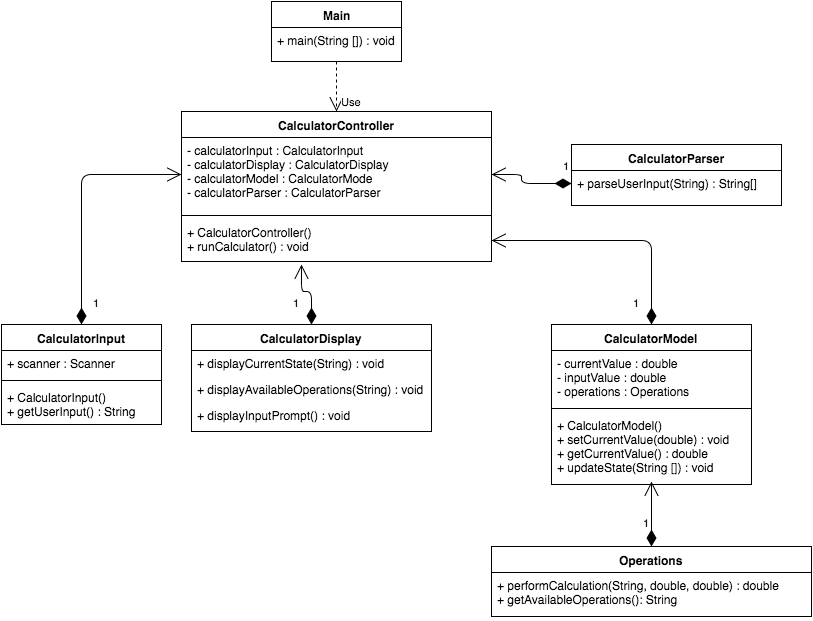
ZipCodeCore/ScientificCalculator keeps this draw.io diagram as CalculatorLab.png. Above is the earlier version. Source tidied: cells renumbered, new cells last; positions are measured from the earlier drawing's top-left corner, leaving out a move shared by most shapes.
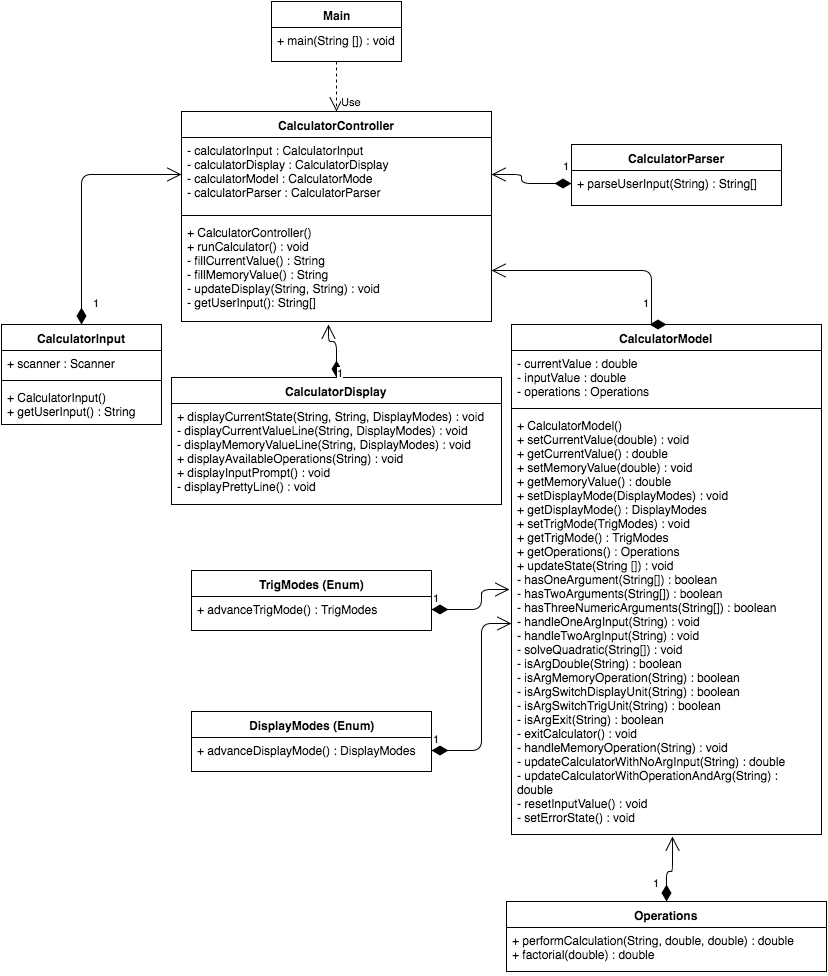
Later version of the same file.

The edit, as a diff of the source:
```diff
@@ -1,4 +1,4 @@
-<mxGraphModel background="#ffffff">
+<mxGraphModel>
   <root>
     <mxCell id="0" />
     <mxCell id="1" parent="0" />
@@ -9,7 +9,7 @@
       <mxGeometry y="26" width="130" height="26" as="geometry" />
     </mxCell>
     <mxCell id="4" value="CalculatorController" style="swimlane;html=1;fontStyle=1;align=center;verticalAlign=top;horizontal=1;startSize=26;swimlaneFillColor=#ffffff;" parent="1" vertex="1">
-      <mxGeometry x="180" y="110" width="310" height="150" as="geometry" />
+      <mxGeometry x="180" y="110" width="310" height="210" as="geometry" />
     </mxCell>
     <mxCell id="5" value="- calculatorInput : CalculatorInput&lt;div&gt;- calculatorDisplay : CalculatorDisplay&lt;/div&gt;&lt;div&gt;- calculatorModel : CalculatorMode&lt;/div&gt;&lt;div&gt;- calculatorParser : CalculatorParser&lt;/div&gt;" style="text;html=1;strokeColor=none;fillColor=none;align=left;verticalAlign=top;spacingLeft=4;spacingRight=4;whiteSpace=wrap;overflow=hidden;points=[[0,0.5],[1,0.5]];portConstraint=eastwest;" parent="4" vertex="1">
       <mxGeometry y="26" width="310" height="74" as="geometry" />
@@ -17,8 +17,8 @@
     <mxCell id="6" style="line;html=1;strokeWidth=1;fillColor=none;align=left;verticalAlign=middle;spacingTop=-1;spacingLeft=3;spacingRight=3;labelPosition=right;" parent="4" vertex="1">
       <mxGeometry y="100" width="310" height="8" as="geometry" />
     </mxCell>
-    <mxCell id="7" value="&lt;div&gt;+ CalculatorController()&lt;/div&gt;+ runCalculator() : void" style="text;html=1;strokeColor=none;fillColor=none;align=left;verticalAlign=top;spacingLeft=4;spacingRight=4;whiteSpace=wrap;overflow=hidden;points=[[0,0.5],[1,0.5]];portConstraint=eastwest;" parent="4" vertex="1">
-      <mxGeometry y="108" width="310" height="42" as="geometry" />
+    <mxCell id="7" value="&lt;div&gt;+ CalculatorController()&lt;/div&gt;+ runCalculator() : void&lt;div&gt;- fillCurrentValue() : String&lt;/div&gt;&lt;div&gt;- fillMemoryValue() : String&lt;/div&gt;&lt;div&gt;- updateDisplay(String, String) : void&lt;/div&gt;&lt;div&gt;- getUserInput(): String[]&lt;/div&gt;" style="text;html=1;strokeColor=none;fillColor=none;align=left;verticalAlign=top;spacingLeft=4;spacingRight=4;whiteSpace=wrap;overflow=hidden;points=[[0,0.5],[1,0.5]];portConstraint=eastwest;" parent="4" vertex="1">
+      <mxGeometry y="108" width="310" height="102" as="geometry" />
     </mxCell>
     <mxCell id="8" value="Use" style="endArrow=open;endSize=12;dashed=1;html=1;exitX=0.5;exitY=1;entryX=0.5;entryY=0;" parent="1" edge="1" source="2" target="4">
       <mxGeometry x="0.6" y="15" relative="1" as="geometry" />
@@ -36,28 +36,22 @@
       <mxGeometry y="60" width="160" height="40" as="geometry" />
     </mxCell>
     <mxCell id="13" value="&lt;b&gt;CalculatorDisplay&lt;/b&gt;" style="swimlane;html=1;fontStyle=0;horizontal=1;startSize=26;fillColor=none;swimlaneFillColor=#ffffff;" parent="1" vertex="1">
-      <mxGeometry x="190" y="323" width="240" height="107" as="geometry" />
+      <mxGeometry x="170" y="376" width="330" height="127" as="geometry" />
     </mxCell>
-    <mxCell id="14" value="+ displayCurrentState(String) : void" style="text;html=1;strokeColor=none;fillColor=none;align=left;verticalAlign=top;spacingLeft=4;spacingRight=4;whiteSpace=wrap;overflow=hidden;" parent="13" vertex="1">
-      <mxGeometry y="26" width="240" height="26" as="geometry" />
+    <mxCell id="14" value="+ displayCurrentState(String, String, DisplayModes) : void&lt;div&gt;&lt;span&gt;- displayCurrentValueLine(String, DisplayModes) : void&lt;/span&gt;&lt;/div&gt;&lt;div&gt;- displayMemoryValueLine(String, DisplayModes) : void&lt;br&gt;+ displayAvailableOperations(String) : void&lt;/div&gt;&lt;div&gt;+ displayInputPrompt() : void&lt;br&gt;&lt;/div&gt;&lt;div&gt;- displayPrettyLine() : void&lt;/div&gt;" style="text;html=1;strokeColor=none;fillColor=none;align=left;verticalAlign=top;spacingLeft=4;spacingRight=4;whiteSpace=wrap;overflow=hidden;" parent="13" vertex="1">
+      <mxGeometry y="26" width="330" height="94" as="geometry" />
     </mxCell>
-    <mxCell id="15" value="+ displayAvailableOperations(String) : void" style="text;html=1;strokeColor=none;fillColor=none;align=left;verticalAlign=top;spacingLeft=4;spacingRight=4;whiteSpace=wrap;overflow=hidden;" parent="13" vertex="1">
-      <mxGeometry y="52" width="240" height="26" as="geometry" />
-    </mxCell>
-    <mxCell id="16" value="+ displayInputPrompt() : void" style="text;html=1;strokeColor=none;fillColor=none;align=left;verticalAlign=top;spacingLeft=4;spacingRight=4;whiteSpace=wrap;overflow=hidden;" parent="13" vertex="1">
-      <mxGeometry y="78" width="240" height="26" as="geometry" />
-    </mxCell>
     <mxCell id="17" value="CalculatorModel" style="swimlane;html=1;fontStyle=1;align=center;verticalAlign=top;horizontal=1;startSize=26;swimlaneFillColor=#ffffff;" parent="1" vertex="1">
-      <mxGeometry x="550" y="323" width="200" height="160" as="geometry" />
+      <mxGeometry x="510" y="323" width="310" height="510" as="geometry" />
     </mxCell>
     <mxCell id="18" value="- currentValue : double&lt;div&gt;- inputValue : double&lt;/div&gt;&lt;div&gt;- operations : Operations&lt;/div&gt;" style="text;html=1;strokeColor=none;fillColor=none;align=left;verticalAlign=top;spacingLeft=4;spacingRight=4;whiteSpace=wrap;overflow=hidden;" parent="17" vertex="1">
-      <mxGeometry y="26" width="200" height="54" as="geometry" />
+      <mxGeometry y="26" width="310" height="54" as="geometry" />
     </mxCell>
     <mxCell id="19" style="line;html=1;strokeWidth=1;fillColor=none;align=left;verticalAlign=middle;spacingTop=-1;spacingLeft=3;spacingRight=3;labelPosition=right;" parent="17" vertex="1">
-      <mxGeometry y="80" width="200" height="8" as="geometry" />
+      <mxGeometry y="80" width="310" height="8" as="geometry" />
     </mxCell>
-    <mxCell id="20" value="+ CalculatorModel()&lt;div&gt;+ setCurrentValue(double) : void&lt;/div&gt;&lt;div&gt;+ getCurrentValue() : double&lt;/div&gt;&lt;div&gt;+ updateState(String []) : void&lt;/div&gt;" style="text;html=1;strokeColor=none;fillColor=none;align=left;verticalAlign=top;spacingLeft=4;spacingRight=4;whiteSpace=wrap;overflow=hidden;points=[[0,0.5],[1,0.5]];portConstraint=eastwest;" parent="17" vertex="1">
-      <mxGeometry y="88" width="200" height="72" as="geometry" />
+    <mxCell id="20" value="+ CalculatorModel()&lt;div&gt;+ setCurrentValue(double) : void&lt;/div&gt;&lt;div&gt;+ getCurrentValue() : double&lt;/div&gt;&lt;div&gt;+ setMemoryValue(double) : void&lt;/div&gt;&lt;div&gt;+ getMemoryValue() : double&lt;/div&gt;&lt;div&gt;+ setDisplayMode(DisplayModes) : void&lt;/div&gt;&lt;div&gt;+ getDisplayMode() : DisplayModes&lt;/div&gt;&lt;div&gt;+ setTrigMode(TrigModes) : void&lt;/div&gt;&lt;div&gt;+ getTrigMode() : TrigModes&lt;/div&gt;&lt;div&gt;+ getOperations() : Operations&lt;/div&gt;&lt;div&gt;+ updateState(String []) : void&lt;/div&gt;&lt;div&gt;- hasOneArgument(String[]) : boolean&lt;/div&gt;&lt;div&gt;- hasTwoArguments(String[]) : boolean&lt;/div&gt;&lt;div&gt;- hasThreeNumericArguments(String[]) : boolean&lt;/div&gt;&lt;div&gt;- handleOneArgInput(String) : void&lt;/div&gt;&lt;div&gt;- handleTwoArgInput(String) : void&lt;/div&gt;&lt;div&gt;- solveQuadratic(String[]) : void&lt;/div&gt;&lt;div&gt;- isArgDouble(String) : boolean&lt;/div&gt;&lt;div&gt;- isArgMemoryOperation(String) : boolean&lt;/div&gt;&lt;div&gt;- isArgSwitchDisplayUnit(String) : boolean&lt;/div&gt;&lt;div&gt;- isArgSwitchTrigUnit(String) : boolean&lt;/div&gt;&lt;div&gt;- isArgExit(String) : boolean&lt;/div&gt;&lt;div&gt;- exitCalculator() : void&lt;/div&gt;&lt;div&gt;- handleMemoryOperation(String) : void&lt;/div&gt;&lt;div&gt;- updateCalculatorWithNoArgInput(String) : double&lt;/div&gt;&lt;div&gt;- updateCalculatorWithOperationAndArg(String) : double&lt;/div&gt;&lt;div&gt;- resetInputValue() : void&lt;/div&gt;&lt;div&gt;- setErrorState() : void&lt;/div&gt;&lt;div&gt;&lt;br&gt;&lt;/div&gt;" style="text;html=1;strokeColor=none;fillColor=none;align=left;verticalAlign=top;spacingLeft=4;spacingRight=4;whiteSpace=wrap;overflow=hidden;points=[[0,0.5],[1,0.5]];portConstraint=eastwest;" parent="17" vertex="1">
+      <mxGeometry y="88" width="310" height="422" as="geometry" />
     </mxCell>
     <mxCell id="21" value="&lt;b&gt;CalculatorParser&lt;/b&gt;" style="swimlane;html=1;fontStyle=0;horizontal=1;startSize=26;fillColor=none;swimlaneFillColor=#ffffff;" parent="1" vertex="1">
       <mxGeometry x="570" y="143" width="210" height="61" as="geometry" />
@@ -66,9 +60,9 @@
       <mxGeometry y="26" width="210" height="26" as="geometry" />
     </mxCell>
     <mxCell id="23" value="&lt;b&gt;Operations&lt;/b&gt;" style="swimlane;html=1;fontStyle=0;horizontal=1;startSize=26;fillColor=none;swimlaneFillColor=#ffffff;" parent="1" vertex="1">
-      <mxGeometry x="490" y="545" width="320" height="70" as="geometry" />
+      <mxGeometry x="505" y="900" width="320" height="70" as="geometry" />
     </mxCell>
-    <mxCell id="24" value="+ performCalculation(String, double, double) : double&lt;div&gt;+ getAvailableOperations(): String&lt;/div&gt;" style="text;html=1;strokeColor=none;fillColor=none;align=left;verticalAlign=top;spacingLeft=4;spacingRight=4;whiteSpace=wrap;overflow=hidden;" parent="23" vertex="1">
+    <mxCell id="24" value="+ performCalculation(String, double, double) : double&lt;div&gt;+ factorial(double) : double&lt;/div&gt;" style="text;html=1;strokeColor=none;fillColor=none;align=left;verticalAlign=top;spacingLeft=4;spacingRight=4;whiteSpace=wrap;overflow=hidden;" parent="23" vertex="1">
       <mxGeometry y="26" width="320" height="44" as="geometry" />
     </mxCell>
     <mxCell id="25" value="1" style="endArrow=open;html=1;endSize=12;startArrow=diamondThin;startSize=14;startFill=1;edgeStyle=orthogonalEdgeStyle;align=left;verticalAlign=bottom;exitX=0.5;exitY=0;entryX=0;entryY=0.5;" parent="1" edge="1" source="9" target="5">
@@ -78,15 +72,12 @@
         </Array>
       </mxGeometry>
     </mxCell>
-    <mxCell id="26" value="1" style="endArrow=open;html=1;endSize=12;startArrow=diamondThin;startSize=14;startFill=1;edgeStyle=orthogonalEdgeStyle;align=left;verticalAlign=bottom;exitX=0.5;exitY=0;" parent="1" edge="1" source="13">
-      <mxGeometry x="0.23" y="22" relative="1" as="geometry">
-        <mxPoint x="300" y="263" as="targetPoint" />
+    <mxCell id="26" value="1" style="endArrow=open;html=1;endSize=12;startArrow=diamondThin;startSize=14;startFill=1;edgeStyle=orthogonalEdgeStyle;align=left;verticalAlign=bottom;exitX=0.5;exitY=0;entryX=0.475;entryY=1.025;entryPerimeter=0;" parent="1" edge="1" source="13" target="7">
+      <mxGeometry x="0.21" y="40" relative="1" as="geometry">
         <Array as="points">
-          <mxPoint x="310" y="290" />
-          <mxPoint x="300" y="290" />
-          <mxPoint x="300" y="263" />
+          <mxPoint x="335" y="340" />
+          <mxPoint x="327" y="340" />
         </Array>
-        <mxPoint x="12" y="20" as="offset" />
       </mxGeometry>
     </mxCell>
     <mxCell id="27" value="1" style="endArrow=open;html=1;endSize=12;startArrow=diamondThin;startSize=14;startFill=1;edgeStyle=orthogonalEdgeStyle;align=left;verticalAlign=bottom;exitX=0;exitY=0.5;entryX=1;entryY=0.5;" parent="1" edge="1" source="22" target="5">
@@ -99,20 +90,48 @@
       </mxGeometry>
     </mxCell>
     <mxCell id="28" value="1" style="endArrow=open;html=1;endSize=12;startArrow=diamondThin;startSize=14;startFill=1;edgeStyle=orthogonalEdgeStyle;align=left;verticalAlign=bottom;exitX=0.5;exitY=0;entryX=1;entryY=0.5;" parent="1" edge="1" source="17" target="7">
-      <mxGeometry x="-0.15" y="71" relative="1" as="geometry">
+      <mxGeometry x="-0.31" y="41" relative="1" as="geometry">
         <Array as="points">
-          <mxPoint x="650" y="239" />
+          <mxPoint x="650" y="269" />
         </Array>
       </mxGeometry>
     </mxCell>
+    <mxCell id="30" value="&lt;b&gt;DisplayModes (Enum)&lt;/b&gt;" style="swimlane;html=1;fontStyle=0;horizontal=1;startSize=26;fillColor=none;swimlaneFillColor=#ffffff;" parent="1" vertex="1">
+      <mxGeometry x="190" y="710" width="240" height="60" as="geometry" />
+    </mxCell>
+    <mxCell id="31" value="+ advanceDisplayMode() : DisplayModes" style="text;html=1;strokeColor=none;fillColor=none;align=left;verticalAlign=top;spacingLeft=4;spacingRight=4;whiteSpace=wrap;overflow=hidden;points=[[0,0.5],[1,0.5]];portConstraint=eastwest;" parent="30" vertex="1">
+      <mxGeometry y="26" width="240" height="26" as="geometry" />
+    </mxCell>
+    <mxCell id="32" value="&lt;b&gt;TrigModes (Enum)&lt;/b&gt;" style="swimlane;html=1;fontStyle=0;horizontal=1;startSize=26;fillColor=none;swimlaneFillColor=#ffffff;" parent="1" vertex="1">
+      <mxGeometry x="190" y="569" width="240" height="60" as="geometry" />
+    </mxCell>
+    <mxCell id="33" value="+ advanceTrigMode() : TrigModes" style="text;html=1;strokeColor=none;fillColor=none;align=left;verticalAlign=top;spacingLeft=4;spacingRight=4;whiteSpace=wrap;overflow=hidden;points=[[0,0.5],[1,0.5]];portConstraint=eastwest;" parent="32" vertex="1">
+      <mxGeometry y="26" width="240" height="26" as="geometry" />
+    </mxCell>
     <mxCell id="29" value="1" style="endArrow=open;html=1;endSize=12;startArrow=diamondThin;startSize=14;startFill=1;edgeStyle=orthogonalEdgeStyle;align=left;verticalAlign=bottom;exitX=0.5;exitY=0;" parent="1" edge="1" source="23">
-      <mxGeometry x="0.75" y="43" relative="1" as="geometry">
-        <mxPoint x="650" y="480" as="targetPoint" />
+      <mxGeometry x="-0.72" y="15" relative="1" as="geometry">
+        <mxPoint x="671" y="835" as="targetPoint" />
         <Array as="points">
-          <mxPoint x="650" y="488" />
+          <mxPoint x="665" y="870" />
+          <mxPoint x="671" y="870" />
         </Array>
-        <mxPoint x="33" y="42" as="offset" />
       </mxGeometry>
     </mxCell>
+    <mxCell id="34" value="1" style="endArrow=open;html=1;endSize=12;startArrow=diamondThin;startSize=14;startFill=1;edgeStyle=orthogonalEdgeStyle;align=left;verticalAlign=bottom;exitX=1;exitY=0.5;" parent="1" edge="1" source="31" target="20">
+      <mxGeometry x="-1" y="3" relative="1" as="geometry">
+        <Array as="points">
+          <mxPoint x="480" y="749" />
+          <mxPoint x="480" y="622" />
+        </Array>
+      </mxGeometry>
+    </mxCell>
+    <mxCell id="35" value="1" style="endArrow=open;html=1;endSize=12;startArrow=diamondThin;startSize=14;startFill=1;edgeStyle=orthogonalEdgeStyle;align=left;verticalAlign=bottom;exitX=1;exitY=0.5;entryX=-0.006;entryY=0.419;entryPerimeter=0;" parent="1" edge="1" source="33" target="20">
+      <mxGeometry x="-1" y="3" relative="1" as="geometry">
+        <Array as="points">
+          <mxPoint x="480" y="608" />
+          <mxPoint x="480" y="588" />
+        </Array>
+      </mxGeometry>
+    </mxCell>
   </root>
 </mxGraphModel>
```
